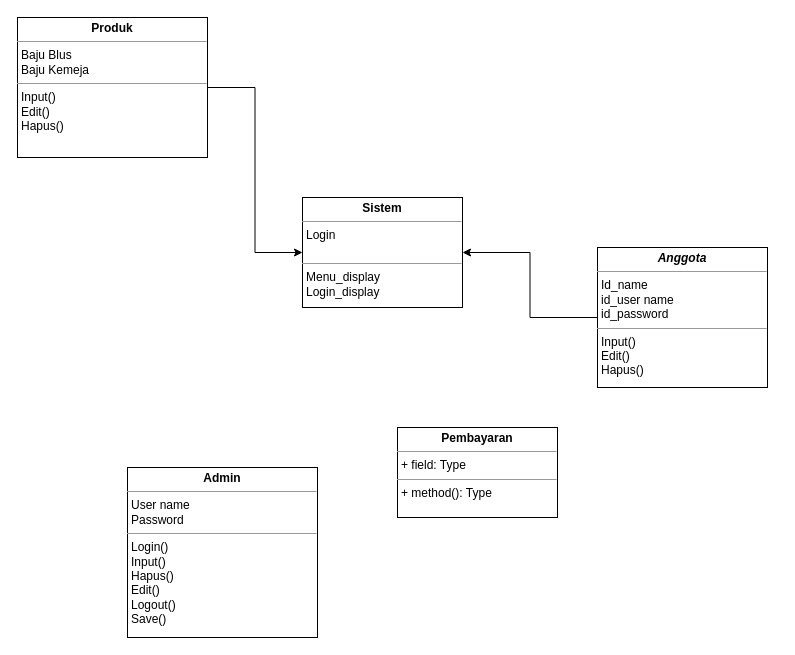
Earlier version of the draw.io diagram Untitled Diagram.drawio (ariefnovandy/bebas). Source tidied: cells renumbered, new cells numbered last; positions are measured from the earlier drawing's top-left corner, leaving out a move shared by most shapes. Both pictures are drawn from the tidied source at 100%, with x=0, y=0 at pixel (17, 17).
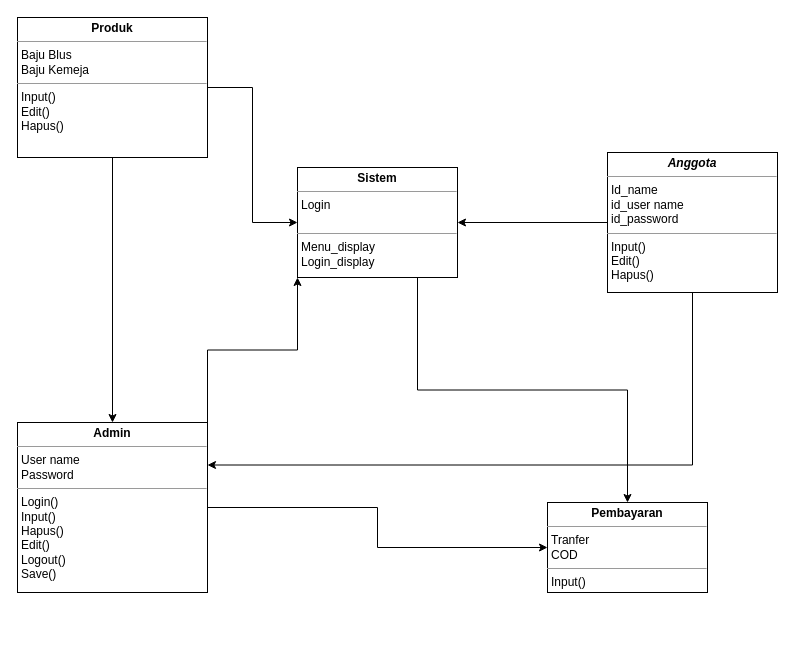
Above is the later version.

Commit message (it also covers changes not shown here):
Class diagram

Change to the diagram source:
```diff
@@
 <mxGraphModel>
   <root>
     <mxCell id="0" />
     <mxCell id="1" parent="0" />
     <mxCell id="2" style="edgeStyle=orthogonalEdgeStyle;rounded=0;orthogonalLoop=1;jettySize=auto;html=1;exitX=0.5;exitY=1;exitDx=0;exitDy=0;" parent="1" edge="1">
       <mxGeometry relative="1" as="geometry">
         <mxPoint x="90" y="180" as="sourcePoint" />
         <mxPoint x="90" y="180" as="targetPoint" />
       </mxGeometry>
     </mxCell>
     <mxCell id="3" style="edgeStyle=orthogonalEdgeStyle;rounded=0;jettySize=auto;html=1;entryX=0;entryY=0.5;entryDx=0;entryDy=0;" parent="1" edge="1" source="4" target="5">
       <mxGeometry relative="1" as="geometry" />
     </mxCell>
+    <mxCell id="10" style="edgeStyle=orthogonalEdgeStyle;rounded=0;jettySize=auto;html=1;exitX=0.5;exitY=1;exitDx=0;exitDy=0;entryX=0.5;entryY=0;entryDx=0;entryDy=0;" parent="1" edge="1" source="4" target="8">
+      <mxGeometry relative="1" as="geometry" />
+    </mxCell>
     <mxCell id="4" value="&lt;p style=&quot;margin: 0px ; margin-top: 4px ; text-align: center&quot;&gt;&lt;b&gt;Produk&lt;/b&gt;&lt;/p&gt;&lt;hr size=&quot;1&quot;&gt;&lt;p style=&quot;margin: 0px ; margin-left: 4px&quot;&gt;Baju Blus&lt;br&gt;Baju Kemeja&lt;/p&gt;&lt;hr size=&quot;1&quot;&gt;&lt;p style=&quot;margin: 0px ; margin-left: 4px&quot;&gt;Input()&lt;/p&gt;&lt;p style=&quot;margin: 0px ; margin-left: 4px&quot;&gt;Edit()&lt;/p&gt;&lt;p style=&quot;margin: 0px ; margin-left: 4px&quot;&gt;Hapus()&lt;/p&gt;" style="verticalAlign=top;align=left;overflow=fill;fontSize=12;fontFamily=Helvetica;html=1;" parent="1" vertex="1">
       <mxGeometry width="190" height="140" as="geometry" />
     </mxCell>
+    <mxCell id="11" style="edgeStyle=orthogonalEdgeStyle;rounded=0;jettySize=auto;html=1;exitX=0.75;exitY=1;exitDx=0;exitDy=0;entryX=0.5;entryY=0;entryDx=0;entryDy=0;" parent="1" edge="1" source="5" target="9">
+      <mxGeometry relative="1" as="geometry" />
+    </mxCell>
     <mxCell id="5" value="&lt;p style=&quot;margin: 0px ; margin-top: 4px ; text-align: center&quot;&gt;&lt;b&gt;Sistem&lt;/b&gt;&lt;/p&gt;&lt;hr size=&quot;1&quot;&gt;&lt;p style=&quot;margin: 0px ; margin-left: 4px&quot;&gt;Login&lt;/p&gt;&lt;p style=&quot;margin: 0px ; margin-left: 4px&quot;&gt;&lt;br&gt;&lt;/p&gt;&lt;hr size=&quot;1&quot;&gt;&lt;p style=&quot;margin: 0px ; margin-left: 4px&quot;&gt;Menu_display&lt;/p&gt;&lt;p style=&quot;margin: 0px ; margin-left: 4px&quot;&gt;Login_display&lt;/p&gt;" style="verticalAlign=top;align=left;overflow=fill;fontSize=12;fontFamily=Helvetica;html=1;" parent="1" vertex="1">
-      <mxGeometry x="285" y="180" width="160" height="110" as="geometry" />
+      <mxGeometry x="280" y="150" width="160" height="110" as="geometry" />
     </mxCell>
     <mxCell id="6" style="edgeStyle=orthogonalEdgeStyle;rounded=0;jettySize=auto;html=1;entryX=1;entryY=0.5;entryDx=0;entryDy=0;" parent="1" edge="1" source="7" target="5">
       <mxGeometry relative="1" as="geometry" />
     </mxCell>
+    <mxCell id="12" style="edgeStyle=orthogonalEdgeStyle;rounded=0;jettySize=auto;html=1;exitX=0.5;exitY=1;exitDx=0;exitDy=0;entryX=1;entryY=0.25;entryDx=0;entryDy=0;" parent="1" edge="1" source="7" target="8">
+      <mxGeometry relative="1" as="geometry" />
+    </mxCell>
     <mxCell id="7" value="&lt;p style=&quot;margin: 0px ; margin-top: 4px ; text-align: center&quot;&gt;&lt;i&gt;&lt;b&gt;Anggota&lt;/b&gt;&lt;/i&gt;&lt;/p&gt;&lt;hr size=&quot;1&quot;&gt;&lt;p style=&quot;margin: 0px ; margin-left: 4px&quot;&gt;Id_name&lt;br&gt;id_user name&lt;/p&gt;&lt;p style=&quot;margin: 0px ; margin-left: 4px&quot;&gt;id_password&lt;/p&gt;&lt;hr size=&quot;1&quot;&gt;&lt;p style=&quot;margin: 0px ; margin-left: 4px&quot;&gt;Input()&lt;/p&gt;&lt;p style=&quot;margin: 0px ; margin-left: 4px&quot;&gt;Edit()&lt;/p&gt;&lt;p style=&quot;margin: 0px ; margin-left: 4px&quot;&gt;Hapus()&lt;/p&gt;" style="verticalAlign=top;align=left;overflow=fill;fontSize=12;fontFamily=Helvetica;html=1;" parent="1" vertex="1">
-      <mxGeometry x="580" y="230" width="170" height="140" as="geometry" />
+      <mxGeometry x="590" y="135" width="170" height="140" as="geometry" />
     </mxCell>
+    <mxCell id="13" style="edgeStyle=orthogonalEdgeStyle;rounded=0;jettySize=auto;html=1;exitX=1;exitY=0;exitDx=0;exitDy=0;entryX=0;entryY=1;entryDx=0;entryDy=0;" parent="1" edge="1" source="8" target="5">
+      <mxGeometry relative="1" as="geometry" />
+    </mxCell>
+    <mxCell id="14" style="edgeStyle=orthogonalEdgeStyle;rounded=0;jettySize=auto;html=1;exitX=1;exitY=0.5;exitDx=0;exitDy=0;entryX=0;entryY=0.5;entryDx=0;entryDy=0;" parent="1" edge="1" source="8" target="9">
+      <mxGeometry relative="1" as="geometry" />
+    </mxCell>
     <mxCell id="8" value="&lt;p style=&quot;margin: 0px ; margin-top: 4px ; text-align: center&quot;&gt;&lt;b&gt;Admin&lt;/b&gt;&lt;/p&gt;&lt;hr size=&quot;1&quot;&gt;&lt;p style=&quot;margin: 0px ; margin-left: 4px&quot;&gt;User name&lt;/p&gt;&lt;p style=&quot;margin: 0px ; margin-left: 4px&quot;&gt;Password&lt;/p&gt;&lt;hr size=&quot;1&quot;&gt;&lt;p style=&quot;margin: 0px ; margin-left: 4px&quot;&gt;Login()&lt;/p&gt;&lt;p style=&quot;margin: 0px ; margin-left: 4px&quot;&gt;Input()&lt;/p&gt;&lt;p style=&quot;margin: 0px ; margin-left: 4px&quot;&gt;Hapus()&lt;/p&gt;&lt;p style=&quot;margin: 0px ; margin-left: 4px&quot;&gt;Edit()&lt;/p&gt;&lt;p style=&quot;margin: 0px ; margin-left: 4px&quot;&gt;Logout()&lt;/p&gt;&lt;p style=&quot;margin: 0px ; margin-left: 4px&quot;&gt;Save()&lt;/p&gt;" style="verticalAlign=top;align=left;overflow=fill;fontSize=12;fontFamily=Helvetica;html=1;" parent="1" vertex="1">
-      <mxGeometry x="110" y="450" width="190" height="170" as="geometry" />
+      <mxGeometry y="405" width="190" height="170" as="geometry" />
     </mxCell>
-    <mxCell id="9" value="&lt;p style=&quot;margin: 0px ; margin-top: 4px ; text-align: center&quot;&gt;&lt;b&gt;Pembayaran&lt;/b&gt;&lt;/p&gt;&lt;hr size=&quot;1&quot;&gt;&lt;p style=&quot;margin: 0px ; margin-left: 4px&quot;&gt;+ field: Type&lt;/p&gt;&lt;hr size=&quot;1&quot;&gt;&lt;p style=&quot;margin: 0px ; margin-left: 4px&quot;&gt;+ method(): Type&lt;/p&gt;" style="verticalAlign=top;align=left;overflow=fill;fontSize=12;fontFamily=Helvetica;html=1;" parent="1" vertex="1">
-      <mxGeometry x="380" y="410" width="160" height="90" as="geometry" />
+    <mxCell id="9" value="&lt;p style=&quot;margin: 0px ; margin-top: 4px ; text-align: center&quot;&gt;&lt;b&gt;Pembayaran&lt;/b&gt;&lt;/p&gt;&lt;hr size=&quot;1&quot;&gt;&lt;p style=&quot;margin: 0px ; margin-left: 4px&quot;&gt;Tranfer&lt;/p&gt;&lt;p style=&quot;margin: 0px ; margin-left: 4px&quot;&gt;COD&lt;/p&gt;&lt;hr size=&quot;1&quot;&gt;&lt;p style=&quot;margin: 0px ; margin-left: 4px&quot;&gt;Input()&lt;/p&gt;" style="verticalAlign=top;align=left;overflow=fill;fontSize=12;fontFamily=Helvetica;html=1;" parent="1" vertex="1">
+      <mxGeometry x="530" y="485" width="160" height="90" as="geometry" />
     </mxCell>
   </root>
 </mxGraphModel>
```
